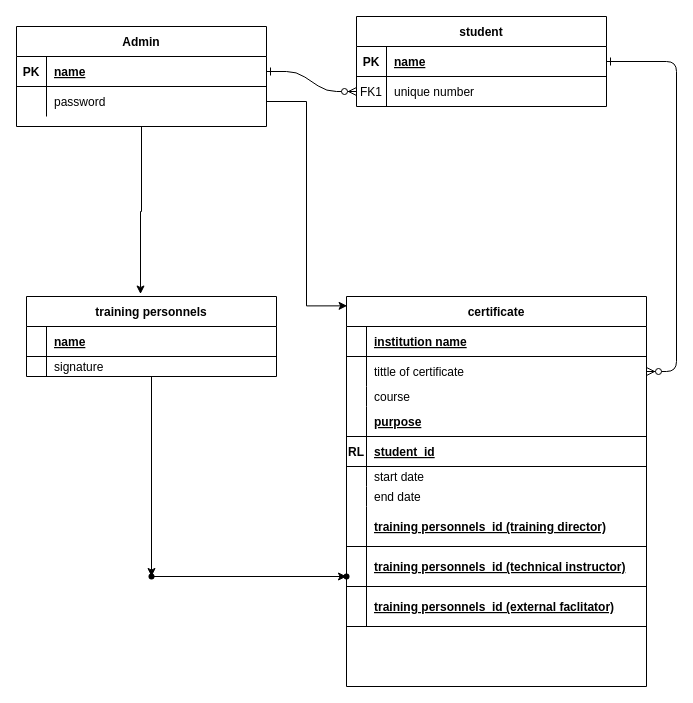
Above: Untitled Diagram.drawio in geekelo/draw_io_archive (draw.io), before the change. Source tidied: cells renumbered, new cells numbered last; positions are measured from the earlier drawing's top-left corner, leaving out a move shared by most shapes. Both pictures are drawn from the tidied source at 100%, with x=0, y=0 at pixel (16, 16).
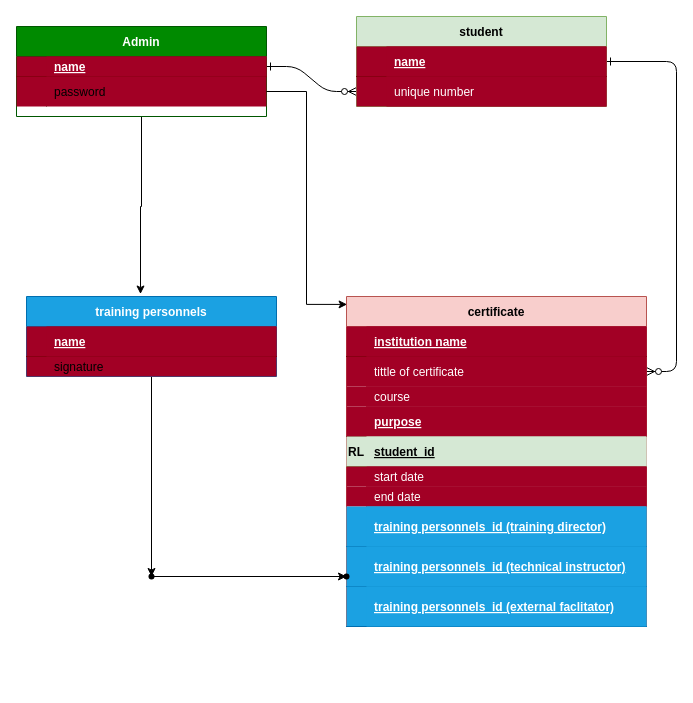
After the change.

Commit message:
add color references

Change to the diagram source:
```diff
@@
-    <mxCell id="4" value="student" style="shape=table;startSize=30;childLayout=tableLayout;rowLines=0;fontStyle=1;align=center;" parent="1" vertex="1">
+    <mxCell id="4" value="student" style="shape=table;startSize=30;childLayout=tableLayout;rowLines=0;fontStyle=1;align=center;fillColor=#d5e8d4;strokeColor=#82b366;" parent="1" vertex="1">
       <mxGeometry x="340" width="250" height="90" as="geometry" />
     </mxCell>
-    <mxCell id="5" style="shape=partialRectangle;fillColor=none;points=[[0,0.5],[1,0.5]];portConstraint=eastwest;top=0;left=0;right=0;bottom=1;" parent="4" vertex="1">
+    <mxCell id="5" style="shape=partialRectangle;fillColor=#a20025;points=[[0,0.5],[1,0.5]];portConstraint=eastwest;top=0;left=0;right=0;bottom=1;fontColor=#ffffff;strokeColor=#6F0000;" parent="4" vertex="1">
       <mxGeometry y="30" width="250" height="30" as="geometry" />
     </mxCell>
-    <mxCell id="6" value="PK" style="shape=partialRectangle;overflow=hidden;fillColor=none;top=0;left=0;bottom=0;right=0;fontStyle=1;" parent="5" vertex="1">
+    <mxCell id="6" style="shape=partialRectangle;overflow=hidden;fillColor=none;top=0;left=0;bottom=0;right=0;fontStyle=1;" parent="5" vertex="1">
       <mxGeometry width="30" height="30" as="geometry" />
     </mxCell>
-    <mxCell id="7" value="name" style="shape=partialRectangle;overflow=hidden;fillColor=none;top=0;left=0;bottom=0;right=0;align=left;spacingLeft=6;fontStyle=5;" parent="5" vertex="1">
+    <mxCell id="7" value="name" style="shape=partialRectangle;overflow=hidden;fillColor=#a20025;top=0;left=0;bottom=0;right=0;align=left;spacingLeft=6;fontStyle=5;fontColor=#ffffff;strokeColor=#6F0000;" parent="5" vertex="1">
       <mxGeometry x="30" width="220" height="30" as="geometry" />
     </mxCell>
-    <mxCell id="8" style="shape=partialRectangle;fillColor=none;points=[[0,0.5],[1,0.5]];portConstraint=eastwest;top=0;left=0;right=0;bottom=0;" parent="4" vertex="1">
+    <mxCell id="8" style="shape=partialRectangle;fillColor=#a20025;points=[[0,0.5],[1,0.5]];portConstraint=eastwest;top=0;left=0;right=0;bottom=0;fontColor=#ffffff;strokeColor=#6F0000;" parent="4" vertex="1">
       <mxGeometry y="60" width="250" height="30" as="geometry" />
     </mxCell>
-    <mxCell id="9" value="FK1" style="shape=partialRectangle;overflow=hidden;fillColor=none;top=0;left=0;bottom=0;right=0;" parent="8" vertex="1">
+    <mxCell id="9" style="shape=partialRectangle;overflow=hidden;fillColor=none;top=0;left=0;bottom=0;right=0;" parent="8" vertex="1">
       <mxGeometry width="30" height="30" as="geometry" />
     </mxCell>
-    <mxCell id="10" value="unique number" style="shape=partialRectangle;overflow=hidden;fillColor=none;top=0;left=0;bottom=0;right=0;align=left;spacingLeft=6;" parent="8" vertex="1">
+    <mxCell id="10" value="unique number" style="shape=partialRectangle;overflow=hidden;fillColor=#a20025;top=0;left=0;bottom=0;right=0;align=left;spacingLeft=6;fontColor=#ffffff;strokeColor=#6F0000;" parent="8" vertex="1">
       <mxGeometry x="30" width="220" height="30" as="geometry" />
     </mxCell>
@@
-    <mxCell id="12" value="Admin" style="shape=table;startSize=30;childLayout=tableLayout;rowLines=0;fontStyle=1;align=center;" parent="1" vertex="1">
-      <mxGeometry y="10" width="250" height="100" as="geometry" />
+    <mxCell id="12" value="Admin" style="shape=table;startSize=30;childLayout=tableLayout;rowLines=0;fontStyle=1;align=center;fillColor=#008a00;strokeColor=#005700;fontColor=#ffffff;" parent="1" vertex="1">
+      <mxGeometry y="10" width="250" height="90" as="geometry" />
     </mxCell>
-    <mxCell id="13" style="shape=partialRectangle;fillColor=none;points=[[0,0.5],[1,0.5]];portConstraint=eastwest;top=0;left=0;right=0;bottom=1;" parent="12" vertex="1">
-      <mxGeometry y="30" width="250" height="30" as="geometry" />
+    <mxCell id="13" style="shape=partialRectangle;fillColor=#a20025;points=[[0,0.5],[1,0.5]];portConstraint=eastwest;top=0;left=0;right=0;bottom=1;fontColor=#ffffff;strokeColor=#6F0000;" parent="12" vertex="1">
+      <mxGeometry y="30" width="250" height="20" as="geometry" />
     </mxCell>
-    <mxCell id="14" value="PK" style="shape=partialRectangle;overflow=hidden;fillColor=none;top=0;left=0;bottom=0;right=0;fontStyle=1;" parent="13" vertex="1">
-      <mxGeometry width="30" height="30" as="geometry" />
+    <mxCell id="14" style="shape=partialRectangle;overflow=hidden;fillColor=none;top=0;left=0;bottom=0;right=0;fontStyle=1;" parent="13" vertex="1">
+      <mxGeometry width="30" height="20" as="geometry" />
     </mxCell>
-    <mxCell id="15" value="name" style="shape=partialRectangle;overflow=hidden;fillColor=none;top=0;left=0;bottom=0;right=0;align=left;spacingLeft=6;fontStyle=5;" parent="13" vertex="1">
-      <mxGeometry x="30" width="220" height="30" as="geometry" />
+    <mxCell id="15" value="name" style="shape=partialRectangle;overflow=hidden;fillColor=#a20025;top=0;left=0;bottom=0;right=0;align=left;spacingLeft=6;fontStyle=5;fontColor=#ffffff;strokeColor=#6F0000;" parent="13" vertex="1">
+      <mxGeometry x="30" width="220" height="20" as="geometry" />
     </mxCell>
-    <mxCell id="16" style="shape=partialRectangle;fillColor=none;points=[[0,0.5],[1,0.5]];portConstraint=eastwest;top=0;left=0;right=0;bottom=0;" parent="12" vertex="1">
-      <mxGeometry y="60" width="250" height="30" as="geometry" />
+    <mxCell id="16" style="shape=partialRectangle;fillColor=#a20025;points=[[0,0.5],[1,0.5]];portConstraint=eastwest;top=0;left=0;right=0;bottom=0;fontColor=#ffffff;strokeColor=#6F0000;" parent="12" vertex="1">
+      <mxGeometry y="50" width="250" height="30" as="geometry" />
     </mxCell>
@@
-    <mxCell id="20" value="training personnels" style="shape=table;startSize=30;childLayout=tableLayout;rowLines=0;fontStyle=1;align=center;" parent="1" vertex="1">
+    <mxCell id="20" value="training personnels" style="shape=table;startSize=30;childLayout=tableLayout;rowLines=0;fontStyle=1;align=center;fillColor=#1ba1e2;strokeColor=#006EAF;fontColor=#ffffff;" parent="1" vertex="1">
       <mxGeometry x="10" y="280" width="250" height="80" as="geometry" />
     </mxCell>
-    <mxCell id="21" style="shape=partialRectangle;fillColor=none;top=0;left=0;right=0;bottom=1;" parent="20" vertex="1">
+    <mxCell id="21" style="shape=partialRectangle;fillColor=#a20025;top=0;left=0;right=0;bottom=1;fontColor=#ffffff;strokeColor=#6F0000;" parent="20" vertex="1">
       <mxGeometry y="30" width="250" height="30" as="geometry" />
     </mxCell>
@@
-    <mxCell id="23" value="name" style="shape=partialRectangle;overflow=hidden;fillColor=none;top=0;left=0;bottom=0;right=0;align=left;spacingLeft=6;fontStyle=5;" parent="21" vertex="1">
+    <mxCell id="23" value="name" style="shape=partialRectangle;overflow=hidden;fillColor=#a20025;top=0;left=0;bottom=0;right=0;align=left;spacingLeft=6;fontStyle=5;fontColor=#ffffff;strokeColor=#6F0000;" parent="21" vertex="1">
       <mxGeometry x="20" width="230" height="30" as="geometry" />
     </mxCell>
-    <mxCell id="24" style="shape=partialRectangle;fillColor=none;top=0;left=0;right=0;bottom=0;" parent="20" vertex="1">
+    <mxCell id="24" style="shape=partialRectangle;fillColor=#a20025;top=0;left=0;right=0;bottom=0;fontColor=#ffffff;strokeColor=#6F0000;" parent="20" vertex="1">
       <mxGeometry y="60" width="250" height="20" as="geometry" />
     </mxCell>
@@
-    <mxCell id="27" value="certificate" style="shape=table;startSize=30;childLayout=tableLayout;rowLines=0;fontStyle=1;align=center;" parent="1" vertex="1">
-      <mxGeometry x="330" y="280" width="300" height="390" as="geometry" />
+    <mxCell id="27" value="certificate" style="shape=table;startSize=30;childLayout=tableLayout;rowLines=0;fontStyle=1;align=center;fillColor=#f8cecc;strokeColor=#b85450;" parent="1" vertex="1">
+      <mxGeometry x="330" y="280" width="300" height="330" as="geometry" />
     </mxCell>
-    <mxCell id="28" style="shape=partialRectangle;fillColor=none;top=0;left=0;right=0;bottom=1;" parent="27" vertex="1">
+    <mxCell id="28" style="shape=partialRectangle;fillColor=#a20025;top=0;left=0;right=0;bottom=1;fontColor=#ffffff;strokeColor=#6F0000;" parent="27" vertex="1">
       <mxGeometry y="30" width="300" height="30" as="geometry" />
     </mxCell>
@@
-    <mxCell id="30" value="institution name" style="shape=partialRectangle;overflow=hidden;fillColor=none;top=0;left=0;bottom=0;right=0;align=left;spacingLeft=6;fontStyle=5;" parent="28" vertex="1">
+    <mxCell id="30" value="institution name" style="shape=partialRectangle;overflow=hidden;fillColor=#a20025;top=0;left=0;bottom=0;right=0;align=left;spacingLeft=6;fontStyle=5;strokeColor=#6F0000;fontColor=#ffffff;" parent="28" vertex="1">
       <mxGeometry x="20" width="280" height="30" as="geometry" />
     </mxCell>
-    <mxCell id="31" style="shape=partialRectangle;fillColor=none;points=[[0,0.5],[1,0.5]];portConstraint=eastwest;top=0;left=0;right=0;bottom=0;" parent="27" vertex="1">
+    <mxCell id="31" style="shape=partialRectangle;points=[[0,0.5],[1,0.5]];portConstraint=eastwest;top=0;left=0;right=0;bottom=0;fillColor=#a20025;fontColor=#ffffff;strokeColor=#6F0000;" parent="27" vertex="1">
       <mxGeometry y="60" width="300" height="30" as="geometry" />
     </mxCell>
@@
-    <mxCell id="33" value="tittle of certificate" style="shape=partialRectangle;overflow=hidden;fillColor=none;top=0;left=0;bottom=0;right=0;align=left;spacingLeft=6;" parent="31" vertex="1">
+    <mxCell id="33" value="tittle of certificate" style="shape=partialRectangle;overflow=hidden;top=0;left=0;bottom=0;right=0;align=left;spacingLeft=6;fillColor=#a20025;strokeColor=#6F0000;fontColor=#ffffff;" parent="31" vertex="1">
       <mxGeometry x="20" width="280" height="30" as="geometry" />
     </mxCell>
-    <mxCell id="34" style="shape=partialRectangle;fillColor=none;top=0;left=0;right=0;bottom=0;" parent="27" vertex="1">
+    <mxCell id="34" style="shape=partialRectangle;fillColor=#a20025;top=0;left=0;right=0;bottom=0;fontColor=#ffffff;strokeColor=#6F0000;" parent="27" vertex="1">
       <mxGeometry y="90" width="300" height="20" as="geometry" />
     </mxCell>
@@
-    <mxCell id="36" value="course" style="shape=partialRectangle;overflow=hidden;fillColor=none;top=0;left=0;bottom=0;right=0;align=left;spacingLeft=6;" parent="34" vertex="1">
+    <mxCell id="36" value="course" style="shape=partialRectangle;overflow=hidden;fillColor=#a20025;top=0;left=0;bottom=0;right=0;align=left;spacingLeft=6;strokeColor=#6F0000;fontColor=#ffffff;" parent="34" vertex="1">
       <mxGeometry x="20" width="280" height="20" as="geometry" />
     </mxCell>
-    <mxCell id="37" style="shape=partialRectangle;fillColor=none;top=0;left=0;right=0;bottom=1;" parent="27" vertex="1">
+    <mxCell id="37" style="shape=partialRectangle;fillColor=#a20025;top=0;left=0;right=0;bottom=1;fontColor=#ffffff;strokeColor=#6F0000;" parent="27" vertex="1">
       <mxGeometry y="110" width="300" height="30" as="geometry" />
     </mxCell>
@@
-    <mxCell id="39" value="purpose" style="shape=partialRectangle;overflow=hidden;fillColor=none;top=0;left=0;bottom=0;right=0;align=left;spacingLeft=6;fontStyle=5;" parent="37" vertex="1">
+    <mxCell id="39" value="purpose" style="shape=partialRectangle;overflow=hidden;fillColor=#a20025;top=0;left=0;bottom=0;right=0;align=left;spacingLeft=6;fontStyle=5;strokeColor=#6F0000;fontColor=#ffffff;" parent="37" vertex="1">
       <mxGeometry x="20" width="280" height="30" as="geometry" />
     </mxCell>
-    <mxCell id="40" style="shape=partialRectangle;fillColor=none;top=0;left=0;right=0;bottom=1;" parent="27" vertex="1">
+    <mxCell id="40" style="shape=partialRectangle;top=0;left=0;right=0;bottom=1;fillColor=#d5e8d4;strokeColor=#82b366;" parent="27" vertex="1">
       <mxGeometry y="140" width="300" height="30" as="geometry" />
     </mxCell>
@@
-    <mxCell id="42" value="student_id" style="shape=partialRectangle;overflow=hidden;fillColor=none;top=0;left=0;bottom=0;right=0;align=left;spacingLeft=6;fontStyle=5;" parent="40" vertex="1">
+    <mxCell id="42" value="student_id" style="shape=partialRectangle;overflow=hidden;top=0;left=0;bottom=0;right=0;align=left;spacingLeft=6;fontStyle=5;fillColor=#d5e8d4;strokeColor=#82b366;" parent="40" vertex="1">
       <mxGeometry x="20" width="280" height="30" as="geometry" />
     </mxCell>
-    <mxCell id="43" style="shape=partialRectangle;fillColor=none;top=0;left=0;right=0;bottom=0;" parent="27" vertex="1">
+    <mxCell id="43" style="shape=partialRectangle;fillColor=#a20025;top=0;left=0;right=0;bottom=0;fontColor=#ffffff;strokeColor=#6F0000;" parent="27" vertex="1">
       <mxGeometry y="170" width="300" height="20" as="geometry" />
     </mxCell>
@@
-    <mxCell id="45" value="start date" style="shape=partialRectangle;overflow=hidden;fillColor=none;top=0;left=0;bottom=0;right=0;align=left;spacingLeft=6;" parent="43" vertex="1">
+    <mxCell id="45" value="start date" style="shape=partialRectangle;overflow=hidden;fillColor=#a20025;top=0;left=0;bottom=0;right=0;align=left;spacingLeft=6;fontColor=#ffffff;strokeColor=#6F0000;" parent="43" vertex="1">
       <mxGeometry x="20" width="280" height="20" as="geometry" />
     </mxCell>
-    <mxCell id="46" style="shape=partialRectangle;fillColor=none;top=0;left=0;right=0;bottom=0;" parent="27" vertex="1">
+    <mxCell id="46" style="shape=partialRectangle;fillColor=#a20025;top=0;left=0;right=0;bottom=0;fontColor=#ffffff;strokeColor=#6F0000;" parent="27" vertex="1">
       <mxGeometry y="190" width="300" height="20" as="geometry" />
     </mxCell>
@@
-    <mxCell id="48" value="end date" style="shape=partialRectangle;overflow=hidden;fillColor=none;top=0;left=0;bottom=0;right=0;align=left;spacingLeft=6;" parent="46" vertex="1">
+    <mxCell id="48" value="end date" style="shape=partialRectangle;overflow=hidden;fillColor=#a20025;top=0;left=0;bottom=0;right=0;align=left;spacingLeft=6;fontColor=#ffffff;strokeColor=#6F0000;" parent="46" vertex="1">
       <mxGeometry x="20" width="280" height="20" as="geometry" />
     </mxCell>
-    <mxCell id="49" style="shape=partialRectangle;fillColor=none;top=0;left=0;right=0;bottom=1;" parent="27" vertex="1">
+    <mxCell id="49" style="shape=partialRectangle;fillColor=#1ba1e2;top=0;left=0;right=0;bottom=1;fontColor=#ffffff;strokeColor=#006EAF;" parent="27" vertex="1">
       <mxGeometry y="210" width="300" height="40" as="geometry" />
     </mxCell>
@@
-    <mxCell id="51" value="training personnels_id (training director)" style="shape=partialRectangle;overflow=hidden;fillColor=none;top=0;left=0;bottom=0;right=0;align=left;spacingLeft=6;fontStyle=5;" parent="49" vertex="1">
+    <mxCell id="51" value="training personnels_id (training director)" style="shape=partialRectangle;overflow=hidden;fillColor=#1ba1e2;top=0;left=0;bottom=0;right=0;align=left;spacingLeft=6;fontStyle=5;fontColor=#ffffff;strokeColor=#006EAF;" parent="49" vertex="1">
       <mxGeometry x="20" width="280" height="40" as="geometry" />
     </mxCell>
-    <mxCell id="52" style="shape=partialRectangle;fillColor=none;top=0;left=0;right=0;bottom=1;" parent="27" vertex="1">
+    <mxCell id="52" style="shape=partialRectangle;fillColor=#1ba1e2;top=0;left=0;right=0;bottom=1;fontColor=#ffffff;strokeColor=#006EAF;" parent="27" vertex="1">
       <mxGeometry y="250" width="300" height="40" as="geometry" />
     </mxCell>
@@
-    <mxCell id="54" value="training personnels_id (technical instructor)" style="shape=partialRectangle;overflow=hidden;fillColor=none;top=0;left=0;bottom=0;right=0;align=left;spacingLeft=6;fontStyle=5;" parent="52" vertex="1">
+    <mxCell id="54" value="training personnels_id (technical instructor)" style="shape=partialRectangle;overflow=hidden;fillColor=#1ba1e2;top=0;left=0;bottom=0;right=0;align=left;spacingLeft=6;fontStyle=5;fontColor=#ffffff;strokeColor=#006EAF;" parent="52" vertex="1">
       <mxGeometry x="20" width="280" height="40" as="geometry" />
     </mxCell>
-    <mxCell id="55" style="shape=partialRectangle;fillColor=none;top=0;left=0;right=0;bottom=1;" parent="27" vertex="1">
+    <mxCell id="55" style="shape=partialRectangle;fillColor=#1ba1e2;top=0;left=0;right=0;bottom=1;fontColor=#ffffff;strokeColor=#006EAF;" parent="27" vertex="1">
       <mxGeometry y="290" width="300" height="40" as="geometry" />
     </mxCell>
@@
-    <mxCell id="57" value="training personnels_id (external faclitator)" style="shape=partialRectangle;overflow=hidden;fillColor=none;top=0;left=0;bottom=0;right=0;align=left;spacingLeft=6;fontStyle=5;" parent="55" vertex="1">
+    <mxCell id="57" value="training personnels_id (external faclitator)" style="shape=partialRectangle;overflow=hidden;fillColor=#1ba1e2;top=0;left=0;bottom=0;right=0;align=left;spacingLeft=6;fontStyle=5;fontColor=#ffffff;strokeColor=#006EAF;" parent="55" vertex="1">
       <mxGeometry x="20" width="280" height="40" as="geometry" />
     </mxCell>
```
